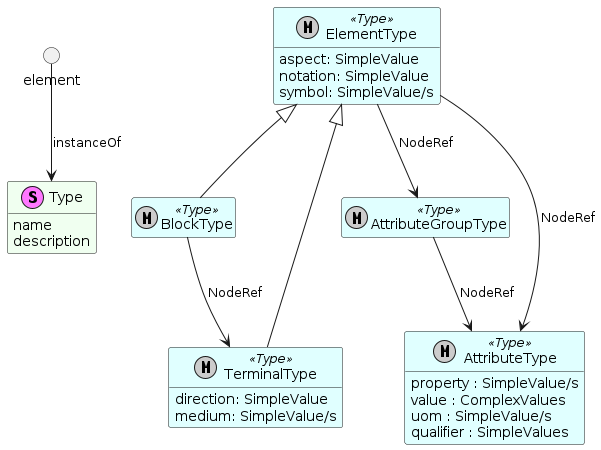
imf-lab/imf-ontology-semweb keeps this PlantUML diagram as out/img/imf-overview-type-patterns.png. Above is the earlier version.
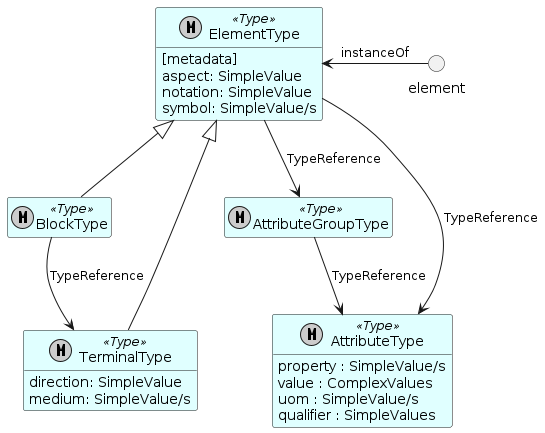
Above is the later version.

The edit, as a diff of the source:
```diff
@@ -9,49 +9,43 @@
 
 
 
-stereotype Type {
-  name
-  description
-}
-
-circle element
-
-element --> Type : instanceOf
-
-
 metaclass ElementType << Type >> {
+  [metadata]
   aspect: SimpleValue
   notation: SimpleValue
   symbol: SimpleValue/s
 }
 
-metaclass BlockType << Type >> {
+metaclass BlockType << Type >>  {
 
 }
 
-metaclass TerminalType << Type >> {
+metaclass TerminalType << Type >>  {
   direction: SimpleValue
   medium: SimpleValue/s
 }
 
-metaclass AttributeGroupType << Type >> {
+metaclass AttributeGroupType << Type >>  {
 
 }
 
-metaclass AttributeType << Type >> {
+metaclass AttributeType << Type >>  {
   property : SimpleValue/s
   value : ComplexValues
   uom : SimpleValue/s
   qualifier : SimpleValues
 }
 
-
 ElementType <|-- BlockType
 ElementType <|-- TerminalType
 
-ElementType --> AttributeGroupType : NodeRef
-ElementType --> AttributeType : NodeRef
-BlockType --> TerminalType : NodeRef
-AttributeGroupType --> AttributeType : NodeRef
+ElementType --> AttributeGroupType : TypeReference
+ElementType --> AttributeType : TypeReference
+BlockType --> TerminalType : TypeReference
+AttributeGroupType --> AttributeType : TypeReference
+
+circle element
+
+element -left-> ElementType : instanceOf
 
 @enduml
```
